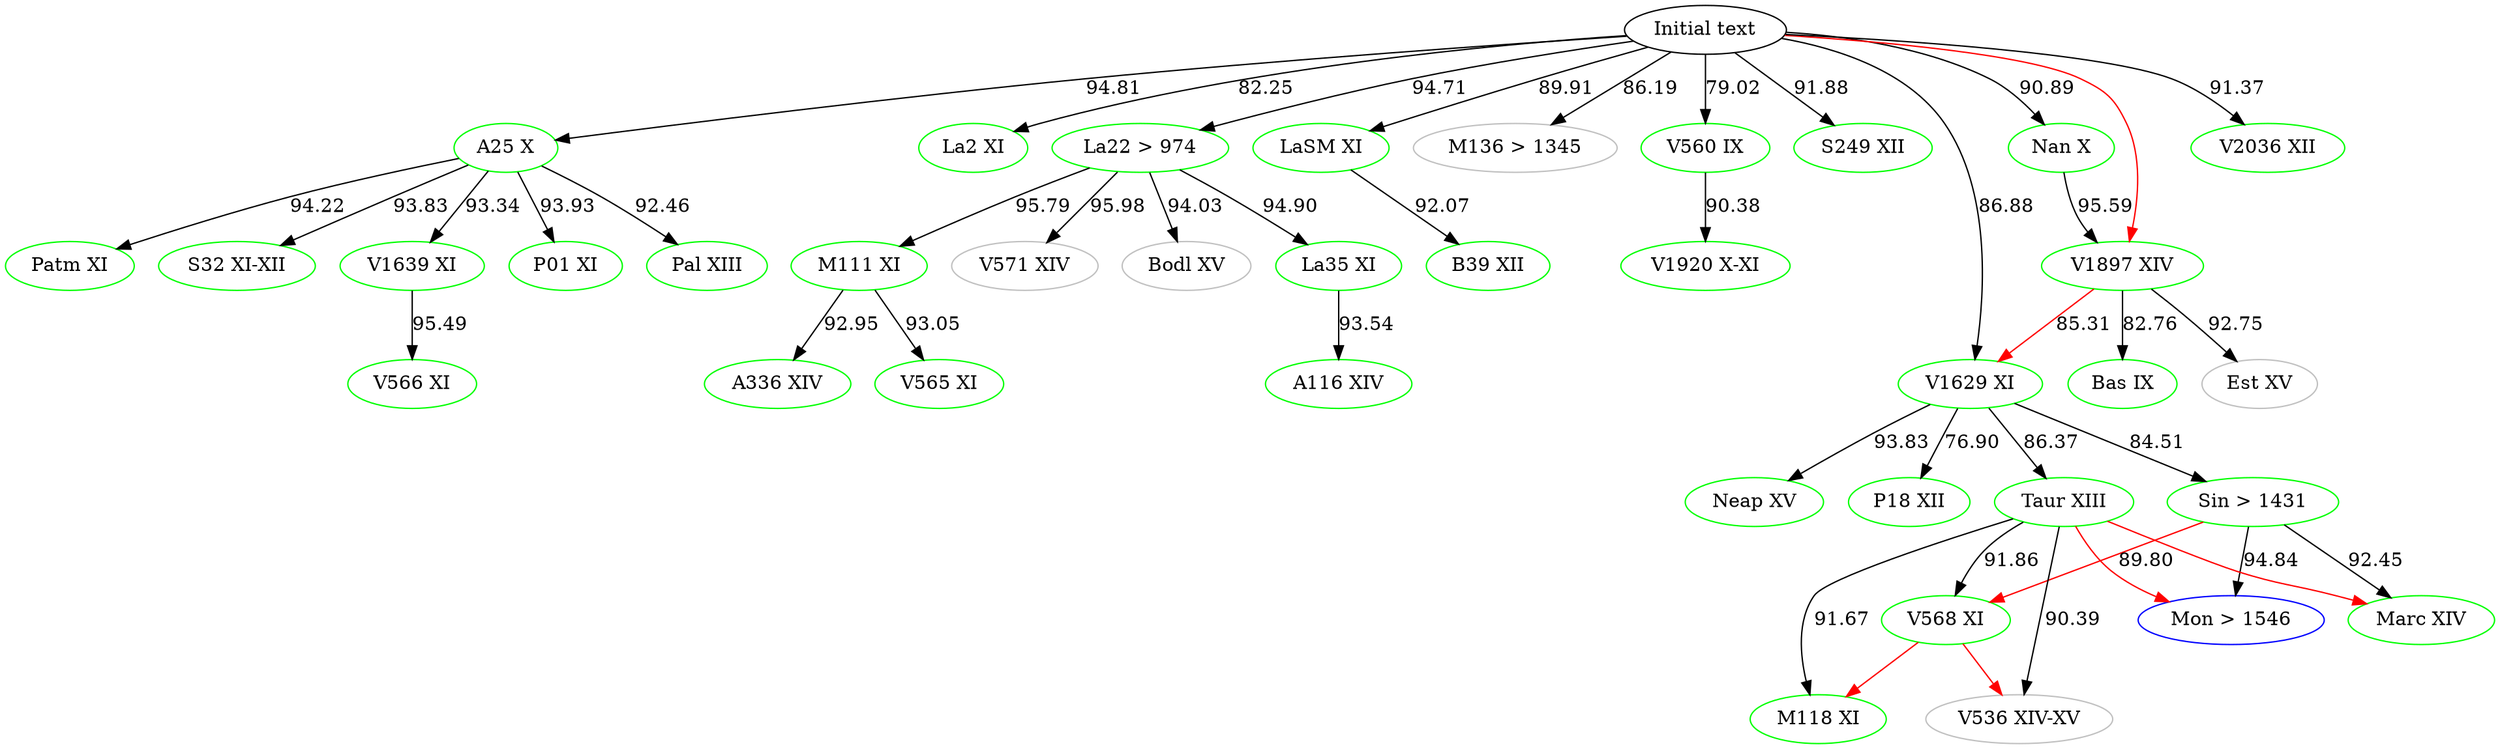
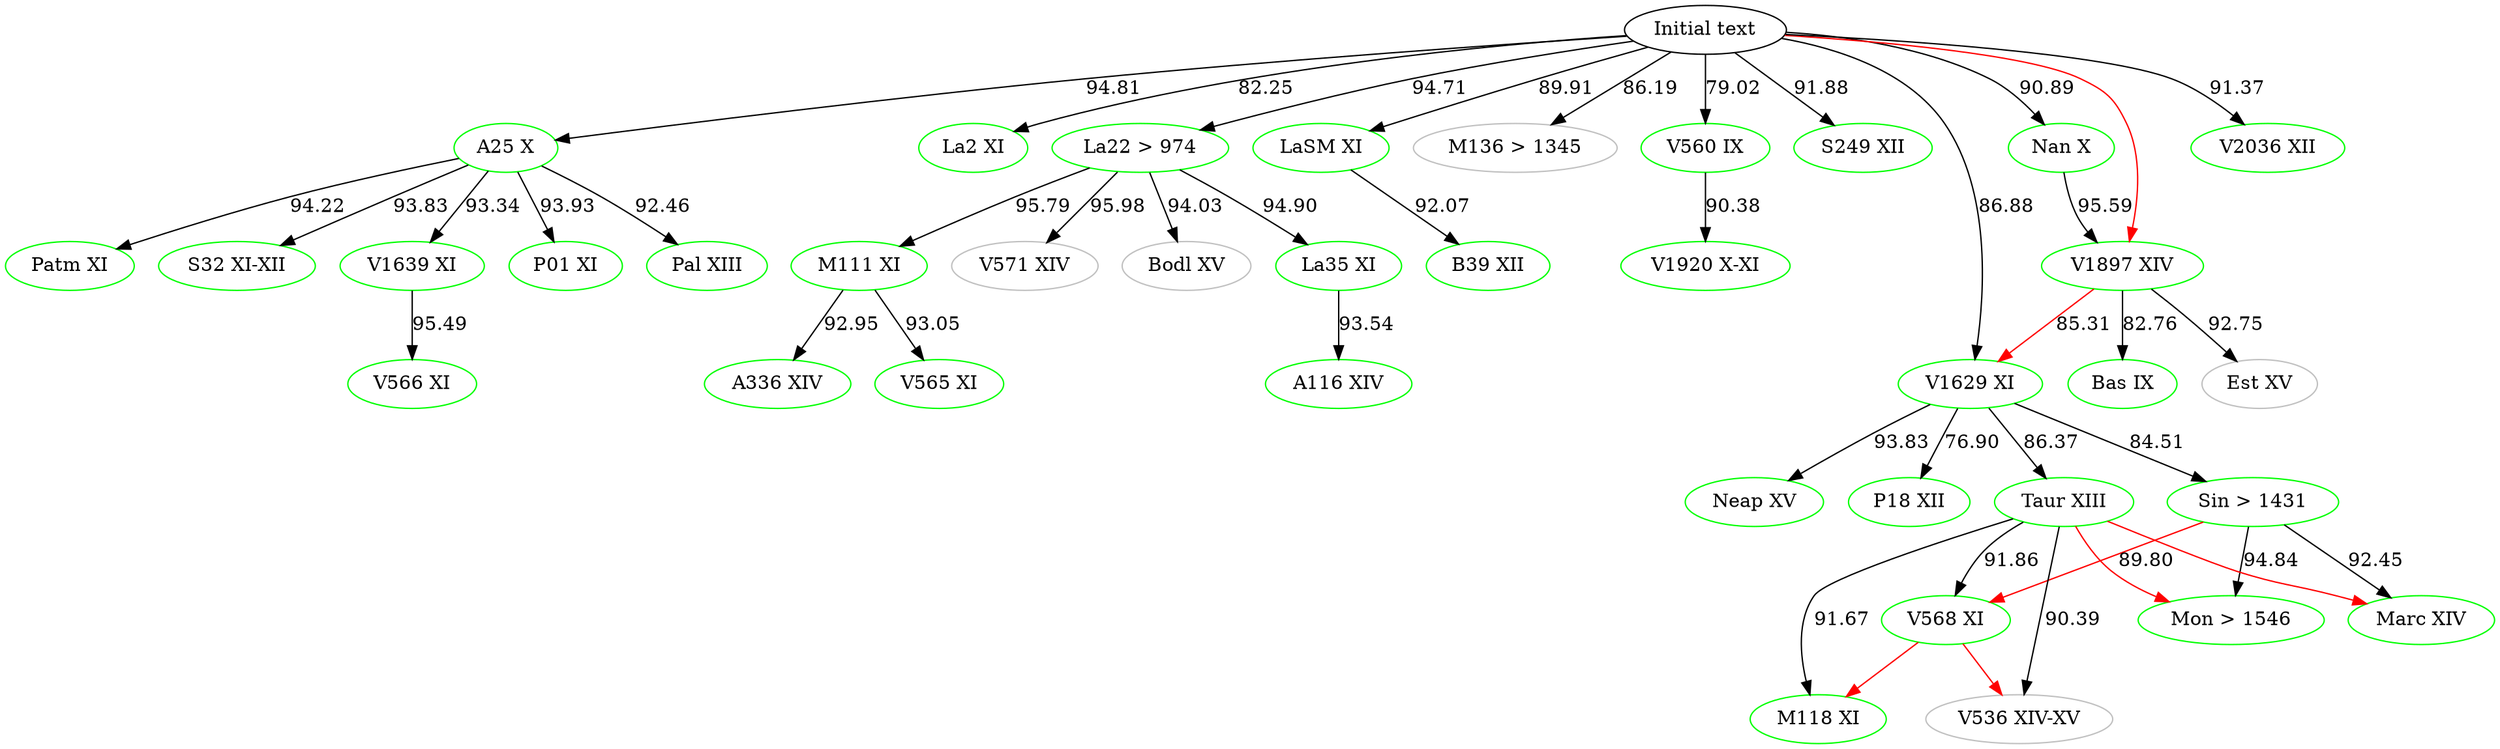
digraph {

    #Top [color="black", label="ω"]
    aBase [color="black", label="Initial text"]
    # Top [color="black", label="Initial text"]
	A116 [label="A116 XIV", color="green"]
	A25 [label="A25 X", color="green"]
	A336 [label="A336 XIV", color="green"]
	B39 [label="B39 XII", color="green"]
	Bas [label="Bas IX", color="green"]
	Bodl [label="Bodl XV", color="grey"]
	Est [label="Est XV", color="grey"]
	La2 [label="La2 XI", color="green"]
	La22 [label="La22 > 974", color="green"]
	La35 [label="La35 XI", color="green"]
	LaSM [label="LaSM XI", color="green"]
	M111 [label="M111 XI", color="green"]
    M118 [label="M118 XI", color="green"]
    M136 [label="M136 > 1345", color="grey"]
    Marc [label="Marc XIV", color="green"]
-     Mon [label="Mon > 1546", color="blue"]
+     Mon [label="Mon > 1546", color="green"]
	Nan [label="Nan X", color="green"]
    Neap [label="Neap XV", color="green"]
    P01 [label="P01 XI", color="green"]
    P18 [label="P18 XII", color="green"]
	Pal [label="Pal XIII", color="green"]
	Patm [label="Patm XI", color="green"]
    Sin [label="Sin > 1431", color="green"]
	S32 [label="S32 XI-XII", color="green"]
    S249 [label="S249 XII", color="green"]
    Taur [label="Taur XIII", color="green"]
    V536 [label="V536 XIV-XV", color="grey"]
	V560 [label="V560 IX", color="green"]
	V565 [label="V565 XI", color="green"]
	V566 [label="V566 XI", color="green"]
	V568 [label="V568 XI", color="green"]
	V571 [label="V571 XIV", color="grey"]
    V1629 [label="V1629 XI", color="green"]
	V1639 [label="V1639 XI", color="green"]
	V1897 [label="V1897 XIV", color="green"]
	V1920 [label="V1920 X-XI", color="green"]
    V2036 [label="V2036 XII", color="green"]




    #Top -> aBase
    aBase -> A25 [label="94.81"]
    aBase -> M136 [label="86.19"]
    aBase -> V2036 [label="91.37"]
    # V2036 -> Patm [label="91.14", color="blue"]
    aBase -> V1629 [label="86.88"]
    aBase -> V560[label="79.02"]
    aBase -> La2 [label="82.25"]
    aBase -> S249 [label="91.88"]
    aBase -> LaSM [label="89.91"]
	aBase -> La22 [label="94.71"]
    aBase -> Nan [label="90.89"]

	# A25 -> M136 [label="85.50"]
    # M136 -> A25 [label="85.50" color="blue"]
	A25 -> Pal [label="92.46"]
	A25 -> P01 [label="93.93"]
    A25 -> V1639 [label="93.34"]
    A25 -> S32 [label="93.83"]
    A25 -> Patm [label="94.22"]

    #A25 -> La2 [color="red"]
    #A25 -> V566[color="red"]
    #A25 -> LaSM[color="red"]
    #A25 -> La22[color="red"]
    #A25 -> M136[color="red"]
    #A25 -> Nan[color="red"]
    #A25 -> S249[color="red"]
    #A25 -> V2036[color="red"]

    #aBase -> P01 [color="red"]
    #aBase -> Pal [color="red"]
    #aBase -> Patm [color="red"]
    #aBase -> La35[color="red"]
    #aBase -> B39[color="red"]
    #aBase -> V1920[color="red"]
    aBase -> V1897[color="red"]
    #aBase -> Neap[color="red"]

    #Bodl -> V1639[color="red"]
    #Patm -> S32[color="red"]
    #Patm -> V560[color="red"]

    #La22 -> A116[color="red"]
    #La22 -> V565[color="red"]
    #La22 -> A336[color="red"]

    Taur -> Mon[color="red"]
    Taur -> Marc[color="red"]

    Sin -> V568[label="89.80" color="red"]

    V568 -> V536[color="red"]
    V568 -> M118[color="red"]

    #V571 -> Bodl[color="red"]
    #M111 -> V571[color="red"]
    #La35 -> M111[color="red"]
    V1897 -> V1629[label="85.31" color="red"]
    #Nan -> Bas[color="red"]
    #Nan -> Est[color="red"]
    #Neap -> Taur[color="red"]
    #Neap -> Sin[color="red"]
   #Neap -> P18[color="red"]




	V1639 -> V566 [label="95.49"]

	La22 -> La35 [label= "94.90"]
	La22 -> M111 [label="95.79"]
	La22 -> Bodl [label="94.03"]
    La22 -> V571 [label="95.98"]

	La35 -> A116 [label="93.54"]

	M111 -> V565 [label="93.05"]
	M111 -> A336 [label="92.95"]



	Sin -> Marc [label="92.45"]

	V1629 -> Neap [label="93.83"]
	V1629 -> Sin [label="84.51"]
	V1629 -> Taur [label="86.37"]
    V1629 -> P18 [label="76.90"]

	Taur -> V568 [label="91.86"]
	Taur -> M118 [label="91.67"]
	Taur -> V536 [label="90.39"]
    # Taur -> Marc [color="blue" label="91.96"]
    # Marc -> Mon [color="blue" label="94.12"]
	Sin -> Mon [label="94.84"]

	V560 -> V1920 [label="90.38"]

	V1897 -> Est [label="92.75"]
    V1897 -> Bas [label="82.76"]

    Nan -> V1897 [label="95.59"]



    LaSM -> B39 [label="92.07"]



}

